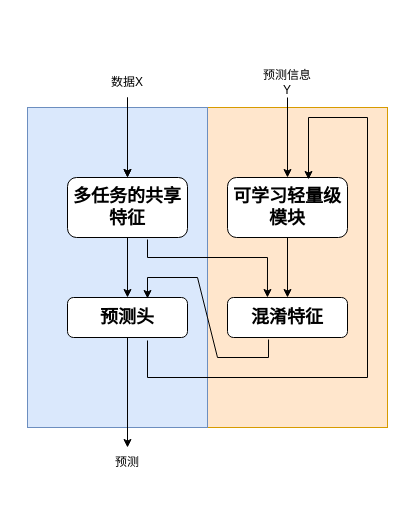
Above: Untitled Diagram.drawio in Ycyvanas/ytest (draw.io), before the change. Source tidied: cells renumbered, new cells numbered last; positions are measured from the earlier drawing's top-left corner, leaving out a move shared by most shapes. Both pictures are drawn from the tidied source at 100%, with x=0, y=0 at pixel (27, 67).
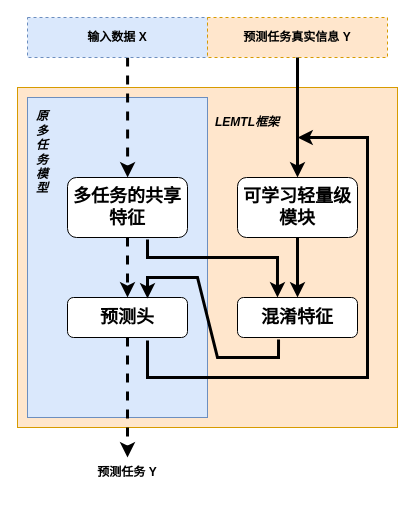
Above is the later version.

Unchanged cells that the change refers to:
```xml
<mxCell id="4" value="&lt;b&gt;&lt;font style=&quot;font-size: 18px;&quot;&gt;多任务的共享特征&lt;/font&gt;&lt;/b&gt;" style="rounded=1;whiteSpace=wrap;html=1;" parent="1" vertex="1">
  <mxGeometry x="40" y="110" width="120" height="60" as="geometry" />
</mxCell>
<mxCell id="5" value="&lt;b&gt;&lt;font style=&quot;font-size: 18px;&quot;&gt;预测头&lt;/font&gt;&lt;/b&gt;" style="rounded=1;whiteSpace=wrap;html=1;" parent="1" vertex="1">
  <mxGeometry x="40" y="230" width="120" height="40" as="geometry" />
</mxCell>
```

Diff of the diagram source:
```diff
@@
     <mxCell id="2" style="rounded=0;whiteSpace=wrap;html=1;fillColor=#ffe6cc;strokeColor=#d79b00;" parent="1" vertex="1">
-      <mxGeometry x="180" y="40" width="180" height="320" as="geometry" />
+      <mxGeometry x="-10" y="20" width="380" height="340" as="geometry" />
     </mxCell>
     <mxCell id="3" style="rounded=0;whiteSpace=wrap;html=1;fillColor=#dae8fc;strokeColor=#6c8ebf;" parent="1" vertex="1">
-      <mxGeometry y="40" width="180" height="320" as="geometry" />
+      <mxGeometry y="30" width="180" height="320" as="geometry" />
     </mxCell>
@@
     <mxCell id="6" value="&lt;b&gt;&lt;font style=&quot;font-size: 18px;&quot;&gt;可学习轻量级模块&lt;/font&gt;&lt;/b&gt;" style="rounded=1;whiteSpace=wrap;html=1;" parent="1" vertex="1">
-      <mxGeometry x="200" y="110" width="120" height="60" as="geometry" />
+      <mxGeometry x="210" y="110" width="120" height="60" as="geometry" />
     </mxCell>
-    <mxCell id="7" style="endArrow=classic;html=1;rounded=0;" parent="1" edge="1" target="4">
-      <mxGeometry relative="1" as="geometry">
-        <mxPoint x="100" y="30" as="sourcePoint" />
-      </mxGeometry>
-    </mxCell>
-    <mxCell id="8" style="edgeStyle=orthogonalEdgeStyle;rounded=0;jettySize=auto;html=1;" parent="1" edge="1" source="9" target="4">
-      <mxGeometry relative="1" as="geometry" />
+    <mxCell id="8" style="edgeStyle=orthogonalEdgeStyle;rounded=0;jettySize=auto;html=1;exitX=0.556;exitY=1;exitDx=0;exitDy=0;exitPerimeter=0;fillColor=#d5e8d4;strokeColor=#000000;strokeWidth=3;dashed=1;" parent="1" edge="1" source="9" target="4">
+      <mxGeometry relative="1" as="geometry">
+        <Array as="points">
+          <mxPoint x="100" y="60" />
+          <mxPoint x="100" y="60" />
+        </Array>
+      </mxGeometry>
     </mxCell>
-    <mxCell id="9" value="数据X" style="text;html=1;align=center;verticalAlign=middle;whiteSpace=wrap;rounded=0;" parent="1" vertex="1">
-      <mxGeometry x="70" width="60" height="30" as="geometry" />
+    <mxCell id="9" value="&lt;b&gt;输入数据 X&lt;/b&gt;" style="text;html=1;align=center;verticalAlign=middle;whiteSpace=wrap;rounded=0;fillColor=#dae8fc;strokeColor=#6c8ebf;dashed=1;strokeWidth=1;" parent="1" vertex="1">
+      <mxGeometry y="-50" width="180" height="40" as="geometry" />
     </mxCell>
-    <mxCell id="10" value="预测信息 Y" style="text;html=1;align=center;verticalAlign=middle;whiteSpace=wrap;rounded=0;" parent="1" vertex="1">
-      <mxGeometry x="230" width="60" height="30" as="geometry" />
+    <mxCell id="10" value="&lt;b&gt;预测任务真实信息 Y&lt;/b&gt;" style="text;html=1;align=center;verticalAlign=middle;whiteSpace=wrap;rounded=0;fillColor=#ffe6cc;strokeColor=#d79b00;dashed=1;strokeWidth=1;" parent="1" vertex="1">
+      <mxGeometry x="180" y="-50" width="180" height="40" as="geometry" />
     </mxCell>
-    <mxCell id="11" style="endArrow=classic;html=1;rounded=0;exitX=0.5;exitY=1;exitDx=0;exitDy=0;entryX=0.5;entryY=0;entryDx=0;entryDy=0;" parent="1" edge="1" source="4" target="5">
+    <mxCell id="11" style="endArrow=classic;html=1;rounded=0;exitX=0.5;exitY=1;exitDx=0;exitDy=0;entryX=0.5;entryY=0;entryDx=0;entryDy=0;strokeWidth=3;fillColor=#d5e8d4;strokeColor=#000000;dashed=1;" parent="1" edge="1" source="4" target="5">
       <mxGeometry relative="1" as="geometry" />
     </mxCell>
-    <mxCell id="12" style="endArrow=classic;html=1;rounded=0;entryX=0.675;entryY=0.033;entryDx=0;entryDy=0;entryPerimeter=0;" parent="1" edge="1" target="6">
+    <mxCell id="12" style="endArrow=classic;html=1;rounded=0;strokeWidth=3;" parent="1" edge="1">
       <mxGeometry relative="1" as="geometry">
         <mxPoint x="120" y="273" as="sourcePoint" />
+        <mxPoint x="270" y="70" as="targetPoint" />
         <Array as="points">
           <mxPoint x="120" y="310" />
           <mxPoint x="340" y="310" />
-          <mxPoint x="340" y="50" />
-          <mxPoint x="281" y="50" />
+          <mxPoint x="340" y="70" />
         </Array>
       </mxGeometry>
     </mxCell>
-    <mxCell id="13" style="edgeStyle=orthogonalEdgeStyle;rounded=0;jettySize=auto;html=1;exitX=0.5;exitY=1;exitDx=0;exitDy=0;entryX=0.5;entryY=0;entryDx=0;entryDy=0;" parent="1" edge="1" source="10" target="6">
+    <mxCell id="13" style="edgeStyle=orthogonalEdgeStyle;rounded=0;jettySize=auto;html=1;entryX=0.5;entryY=0;entryDx=0;entryDy=0;exitX=0.5;exitY=1;exitDx=0;exitDy=0;strokeWidth=3;" parent="1" edge="1" source="10" target="6">
       <mxGeometry relative="1" as="geometry" />
     </mxCell>
-    <mxCell id="14" style="endArrow=classic;html=1;rounded=0;exitX=0.5;exitY=1;exitDx=0;exitDy=0;entryX=0.5;entryY=0;entryDx=0;entryDy=0;" parent="1" edge="1" source="5" target="15">
+    <mxCell id="14" style="endArrow=classic;html=1;rounded=0;exitX=0.5;exitY=1;exitDx=0;exitDy=0;entryX=0.5;entryY=0;entryDx=0;entryDy=0;fillColor=#d5e8d4;strokeColor=#000000;strokeWidth=3;dashed=1;" parent="1" edge="1" source="5" target="15">
       <mxGeometry relative="1" as="geometry" />
     </mxCell>
-    <mxCell id="15" value="预测" style="text;html=1;align=center;verticalAlign=middle;whiteSpace=wrap;rounded=0;" parent="1" vertex="1">
-      <mxGeometry x="70" y="380" width="60" height="30" as="geometry" />
+    <mxCell id="15" value="&lt;b&gt;预测任务 Y&lt;/b&gt;" style="text;html=1;align=center;verticalAlign=middle;whiteSpace=wrap;rounded=0;" parent="1" vertex="1">
+      <mxGeometry x="40" y="390" width="120" height="30" as="geometry" />
     </mxCell>
     <mxCell id="16" value="&lt;b&gt;&lt;font style=&quot;font-size: 18px;&quot;&gt;混淆特征&lt;/font&gt;&lt;/b&gt;" style="rounded=1;whiteSpace=wrap;html=1;" parent="1" vertex="1">
-      <mxGeometry x="200" y="230" width="120" height="40" as="geometry" />
+      <mxGeometry x="210" y="230" width="120" height="40" as="geometry" />
     </mxCell>
-    <mxCell id="17" style="endArrow=classic;html=1;rounded=0;exitX=0.5;exitY=1;exitDx=0;exitDy=0;entryX=0.5;entryY=0;entryDx=0;entryDy=0;" parent="1" edge="1" source="6" target="16">
+    <mxCell id="17" style="endArrow=classic;html=1;rounded=0;exitX=0.5;exitY=1;exitDx=0;exitDy=0;entryX=0.5;entryY=0;entryDx=0;entryDy=0;strokeWidth=3;" parent="1" edge="1" source="6" target="16">
       <mxGeometry relative="1" as="geometry" />
     </mxCell>
-    <mxCell id="18" style="endArrow=classic;html=1;rounded=0;entryX=0.333;entryY=0;entryDx=0;entryDy=0;entryPerimeter=0;" parent="1" edge="1" target="16">
+    <mxCell id="18" style="endArrow=classic;html=1;rounded=0;entryX=0.333;entryY=0;entryDx=0;entryDy=0;entryPerimeter=0;strokeWidth=3;" parent="1" edge="1" target="16">
       <mxGeometry relative="1" as="geometry">
         <mxPoint x="120" y="172" as="sourcePoint" />
         <Array as="points">
           <mxPoint x="120" y="190" />
-          <mxPoint x="240" y="190" />
+          <mxPoint x="250" y="190" />
         </Array>
       </mxGeometry>
     </mxCell>
-    <mxCell id="19" style="endArrow=classic;html=1;rounded=0;exitX=0.342;exitY=1.05;exitDx=0;exitDy=0;exitPerimeter=0;" parent="1" edge="1" source="16">
+    <mxCell id="19" style="endArrow=classic;html=1;rounded=0;exitX=0.342;exitY=1.05;exitDx=0;exitDy=0;exitPerimeter=0;strokeWidth=3;" parent="1" edge="1" source="16">
       <mxGeometry relative="1" as="geometry">
         <mxPoint x="120" y="231" as="targetPoint" />
         <Array as="points">
-          <mxPoint x="241" y="290" />
+          <mxPoint x="251" y="290" />
           <mxPoint x="190" y="290" />
           <mxPoint x="170" y="210" />
           <mxPoint x="120" y="210" />
         </Array>
       </mxGeometry>
     </mxCell>
+    <mxCell id="20" value="&lt;i&gt;&lt;b&gt;原&lt;/b&gt;&lt;/i&gt;&lt;div&gt;&lt;i&gt;&lt;b&gt;多&lt;/b&gt;&lt;/i&gt;&lt;/div&gt;&lt;div&gt;&lt;i&gt;&lt;b&gt;任&lt;/b&gt;&lt;/i&gt;&lt;/div&gt;&lt;div&gt;&lt;i&gt;&lt;b&gt;务&lt;/b&gt;&lt;/i&gt;&lt;/div&gt;&lt;div&gt;&lt;i&gt;&lt;b&gt;模&lt;/b&gt;&lt;/i&gt;&lt;/div&gt;&lt;div&gt;&lt;i&gt;&lt;b&gt;型&lt;/b&gt;&lt;/i&gt;&lt;/div&gt;" style="text;html=1;align=center;verticalAlign=middle;whiteSpace=wrap;rounded=0;" parent="1" vertex="1">
+      <mxGeometry y="40" width="30" height="90" as="geometry" />
+    </mxCell>
+    <mxCell id="21" value="&lt;b&gt;&lt;i&gt;LEMTL框架&lt;/i&gt;&lt;/b&gt;" style="text;html=1;align=center;verticalAlign=middle;whiteSpace=wrap;rounded=0;" parent="1" vertex="1">
+      <mxGeometry x="180" y="40" width="80" height="30" as="geometry" />
+    </mxCell>
```
